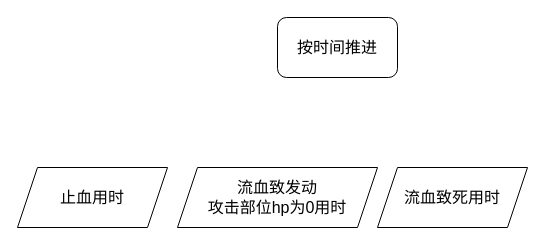
Above: page "第 2 页" (2 of 2) of plan/攻击流程.drawio in pealpool/kungfu (draw.io), before the change. Source tidied: cells renumbered, new cells numbered last; positions are measured from the earlier drawing's top-left corner, leaving out a move shared by most shapes. Both pictures are drawn from the tidied source at 100%, with x=0, y=0 at pixel (17, 17).
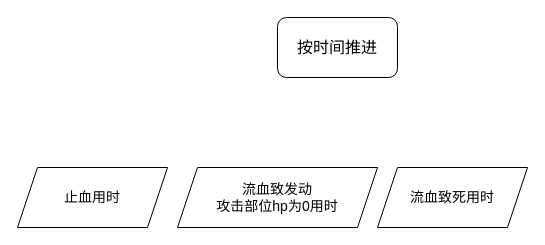
After the change.

The edit, as a diff of the source:
```diff
@@
 <mxGraphModel>
   <root>
     <mxCell id="0" />
     <mxCell id="1" parent="0" />
-    <mxCell id="2" value="按时间推进" style="rounded=1;whiteSpace=wrap;html=1;fontSize=16;" parent="1" vertex="1">
+    <mxCell id="2" value="按时间推进" style="rounded=1;whiteSpace=wrap;html=1;fontSize=16;fontFamily=新宋体;" parent="1" vertex="1">
       <mxGeometry x="260" width="120" height="60" as="geometry" />
     </mxCell>
-    <mxCell id="3" value="流血致死用时" style="shape=parallelogram;perimeter=parallelogramPerimeter;whiteSpace=wrap;html=1;fixedSize=1;fontSize=16;" parent="1" vertex="1">
+    <mxCell id="3" value="流血致死用时" style="shape=parallelogram;perimeter=parallelogramPerimeter;whiteSpace=wrap;html=1;fixedSize=1;fontSize=14;fontFamily=新宋体;" parent="1" vertex="1">
       <mxGeometry x="360" y="150" width="150" height="60" as="geometry" />
     </mxCell>
-    <mxCell id="4" value="流血致发动&lt;br&gt;攻击部位hp为0用时" style="shape=parallelogram;perimeter=parallelogramPerimeter;whiteSpace=wrap;html=1;fixedSize=1;fontSize=16;" parent="1" vertex="1">
+    <mxCell id="4" value="流血致发动&lt;br style=&quot;font-size: 14px;&quot;&gt;攻击部位hp为0用时" style="shape=parallelogram;perimeter=parallelogramPerimeter;whiteSpace=wrap;html=1;fixedSize=1;fontSize=14;fontFamily=新宋体;" parent="1" vertex="1">
       <mxGeometry x="160" y="150" width="200" height="60" as="geometry" />
     </mxCell>
-    <mxCell id="5" value="止血用时" style="shape=parallelogram;perimeter=parallelogramPerimeter;whiteSpace=wrap;html=1;fixedSize=1;fontSize=16;" parent="1" vertex="1">
+    <mxCell id="5" value="止血用时" style="shape=parallelogram;perimeter=parallelogramPerimeter;whiteSpace=wrap;html=1;fixedSize=1;fontSize=14;fontFamily=新宋体;" parent="1" vertex="1">
       <mxGeometry y="150" width="150" height="60" as="geometry" />
     </mxCell>
   </root>
 </mxGraphModel>
```
